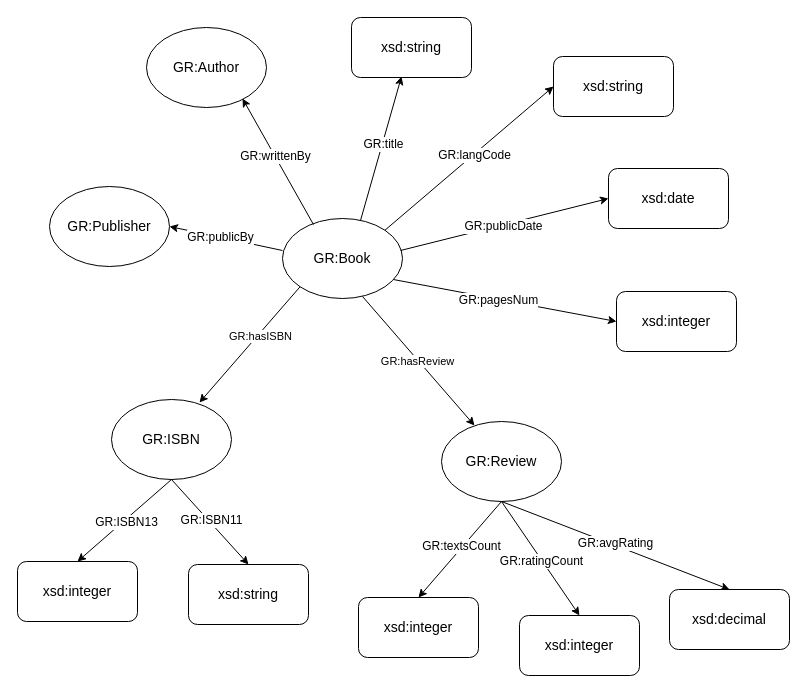
The draw.io diagram imgs/GR.drawio in Abyssalite/goodread-book-review, before the edit. Source tidied: cells renumbered, new cells numbered last; positions are measured from the earlier drawing's top-left corner, leaving out a move shared by most shapes. Both pictures are drawn from the tidied source at 100%, with x=0, y=0 at pixel (17, 17).
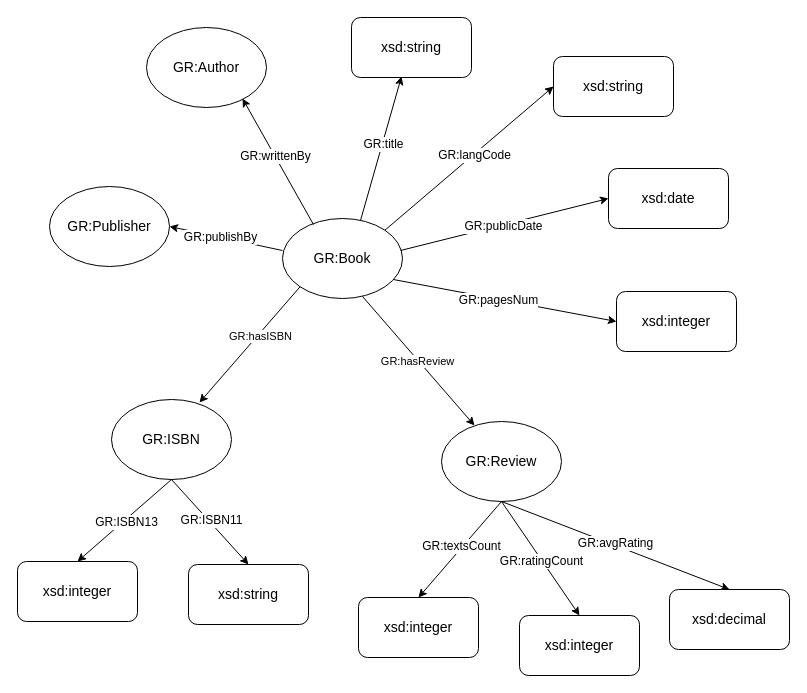
After the change.

Unchanged cells that the change refers to:
```xml
<mxCell id="9" style="endArrow=classic;html=1;rounded=0;entryX=1;entryY=0.5;entryDx=0;entryDy=0;exitX=0;exitY=0.4;exitDx=0;exitDy=0;exitPerimeter=0;" parent="1" edge="1" source="2" target="6">
  <mxGeometry relative="1" as="geometry" />
</mxCell>
```

Change to the diagram source:
```diff
@@
-    <mxCell id="10" value="&lt;font style=&quot;font-size: 12px;&quot;&gt;GR:publicBy&lt;/font&gt;" style="edgeLabel;html=1;align=center;verticalAlign=middle;" parent="9" vertex="1">
-      <mxGeometry x="0.1" relative="1" as="geometry" />
-    </mxCell>
+    <mxCell id="42" value="&lt;font style=&quot;font-size: 12px;&quot;&gt;GR:publishBy&lt;/font&gt;" style="edgeLabel;html=1;align=center;verticalAlign=middle;" parent="9" vertex="1">
+      <mxGeometry x="0.1" relative="1" as="geometry" />
+    </mxCell>
```
